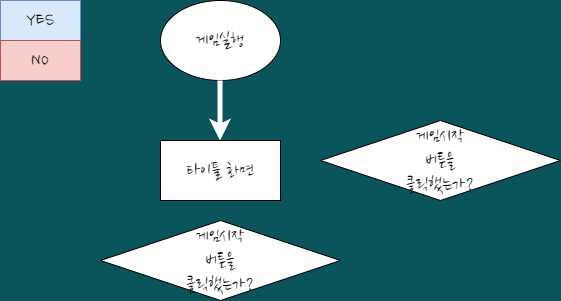
Above: gameplay_flowchat.drawio.png in kinesis19/stac_project_SME (draw.io), before the change. Source tidied: cells renumbered, new cells last; positions are measured from the earlier drawing's top-left corner, leaving out a move shared by most shapes.
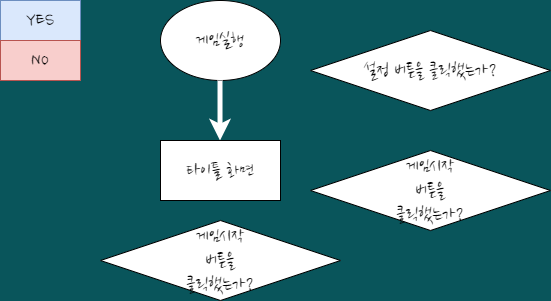
After the commit.

Change to the diagram source:
```diff
@@ -23,8 +23,11 @@
     <mxCell id="7" value="게임시작&lt;br&gt;버튼을&lt;br&gt;클릭했는가?" style="rhombus;whiteSpace=wrap;html=1;rounded=0;sketch=0;fontFamily=Nanum Brush Script;fontSource=https%3A%2F%2Ffonts.googleapis.com%2Fcss%3Ffamily%3DNanum%2BBrush%2BScript;fontSize=20;" parent="1" vertex="1">
       <mxGeometry x="100" y="220" width="240" height="80" as="geometry" />
     </mxCell>
-    <mxCell id="8" value="게임시작&lt;br&gt;버튼을&lt;br&gt;클릭했는가?" style="rhombus;whiteSpace=wrap;html=1;rounded=0;sketch=0;fontFamily=Nanum Brush Script;fontSource=https%3A%2F%2Ffonts.googleapis.com%2Fcss%3Ffamily%3DNanum%2BBrush%2BScript;fontSize=20;" parent="1" vertex="1">
-      <mxGeometry x="320" y="120" width="240" height="80" as="geometry" />
+    <mxCell id="8" value="설정 버튼을 클릭했는가?" style="rhombus;whiteSpace=wrap;html=1;rounded=0;sketch=0;fontFamily=Nanum Brush Script;fontSource=https%3A%2F%2Ffonts.googleapis.com%2Fcss%3Ffamily%3DNanum%2BBrush%2BScript;fontSize=20;" parent="1" vertex="1">
+      <mxGeometry x="310" y="30" width="240" height="80" as="geometry" />
     </mxCell>
+    <mxCell id="9" value="게임시작&lt;br&gt;버튼을&lt;br&gt;클릭했는가?" style="rhombus;whiteSpace=wrap;html=1;rounded=0;sketch=0;fontFamily=Nanum Brush Script;fontSource=https%3A%2F%2Ffonts.googleapis.com%2Fcss%3Ffamily%3DNanum%2BBrush%2BScript;fontSize=20;" parent="1" vertex="1">
+      <mxGeometry x="310" y="150" width="240" height="80" as="geometry" />
+    </mxCell>
   </root>
 </mxGraphModel>
```
